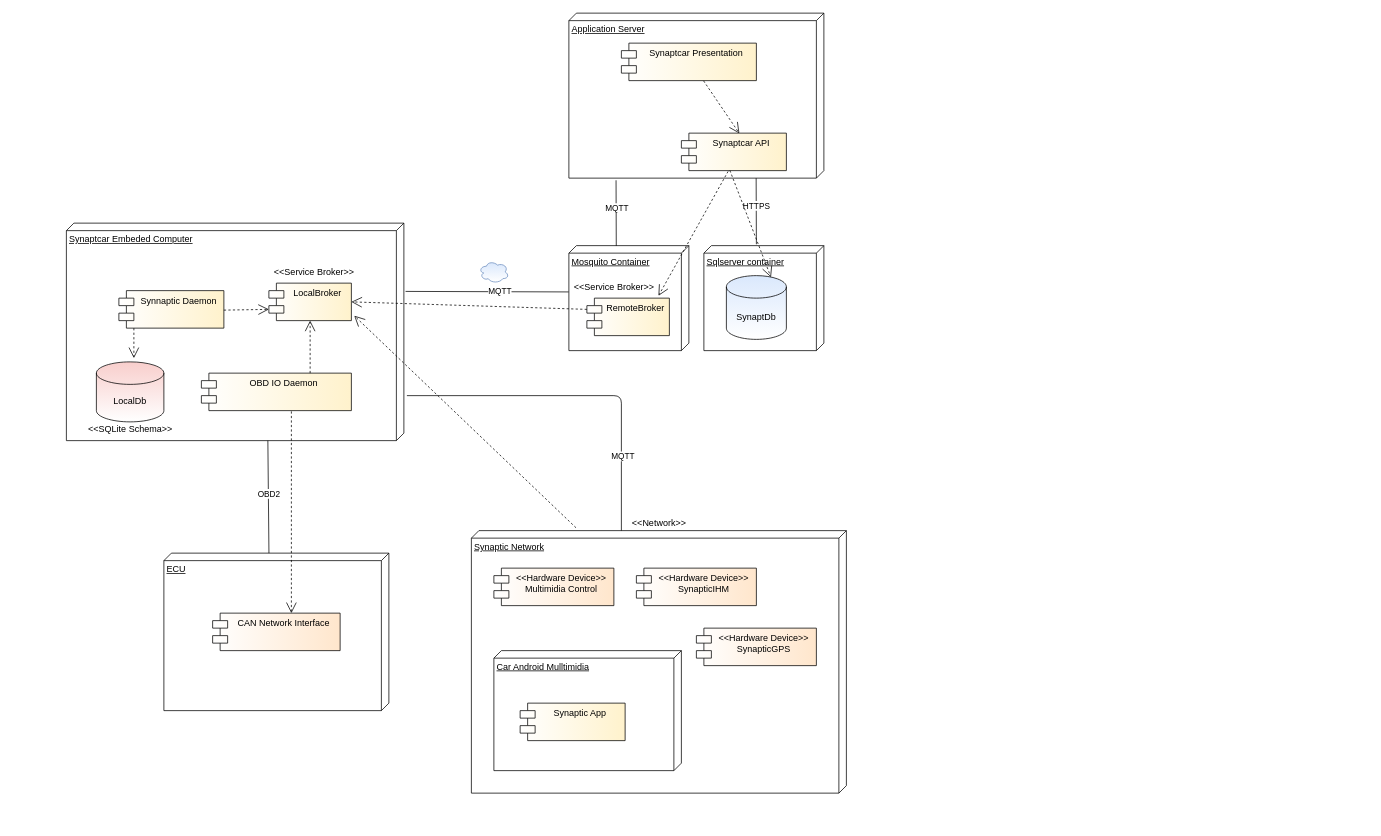
Earlier version of the draw.io diagram documents/Synaptcar.drawio (BrunoCremaFerreira/SynaptCar). Source tidied: cells renumbered, new cells numbered last; positions are measured from the earlier drawing's top-left corner, leaving out a move shared by most shapes. Both pictures are drawn from the tidied source at 75%, with x=0, y=0 at pixel (66, 13). Pictures stored in the file or linked from it are replaced by grey dashed boxes.
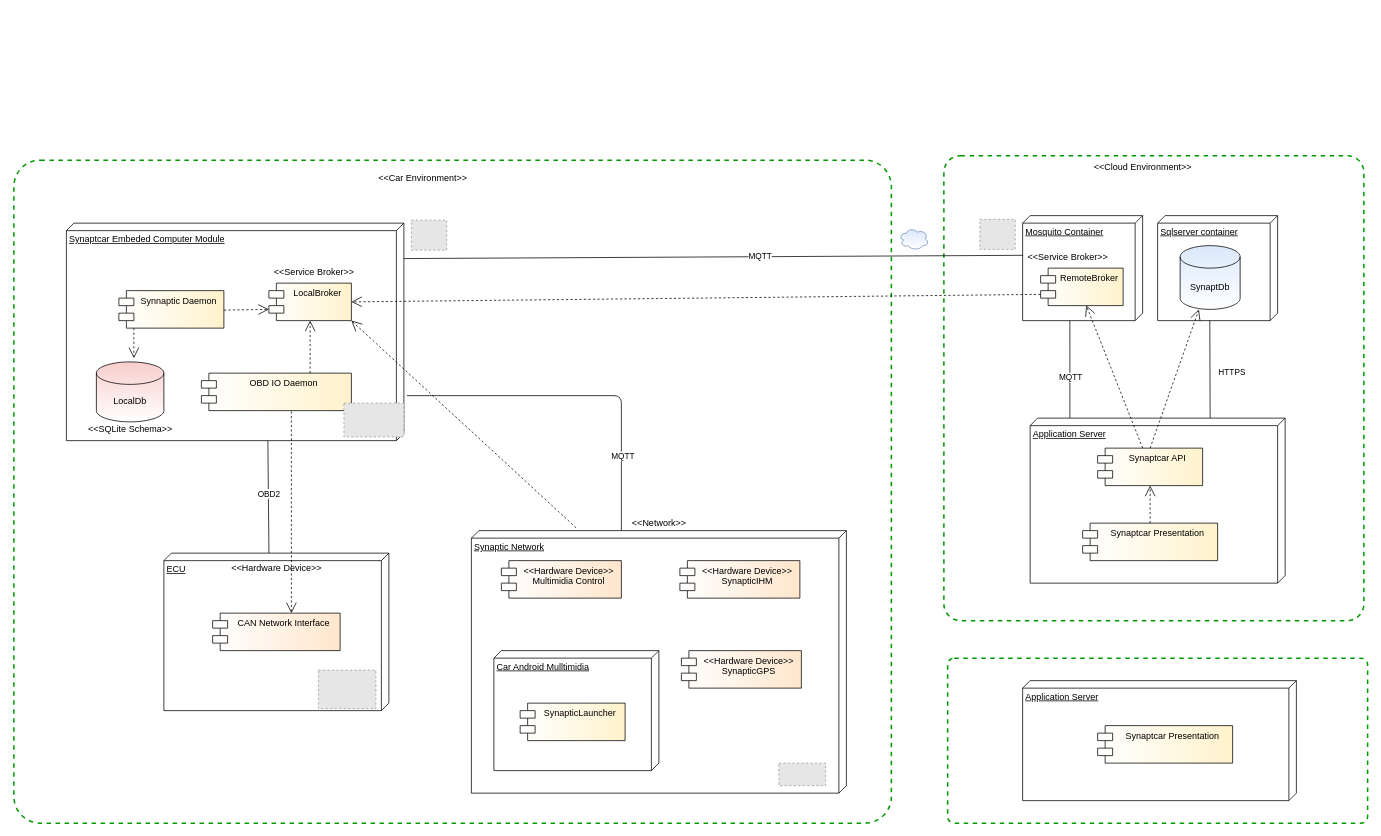
Above is the later version.

The change refers to these unchanged cells:
```xml
<mxCell id="2" value="Synaptic Network" style="verticalAlign=top;align=left;spacingTop=8;spacingLeft=2;spacingRight=12;shape=cube;size=10;direction=south;fontStyle=4;html=1;strokeColor=#000000;gradientColor=#ffffff;" parent="1" vertex="1">
  <mxGeometry x="540" y="690" width="500" height="350" as="geometry" />
</mxCell>
<mxCell id="11" value="LocalBroker" style="shape=module;align=left;spacingLeft=20;align=center;verticalAlign=top;fillColor=#fff2cc;gradientColor=#ffffff;gradientDirection=west;" parent="1" vertex="1">
  <mxGeometry x="270" y="360" width="110" height="50" as="geometry" />
</mxCell>
```

The edit, as a diff of the source:
```diff
@@
+    <mxCell id="46" style="rounded=1;whiteSpace=wrap;html=1;dashed=1;strokeColor=#009900;strokeWidth=2;arcSize=4;" parent="1" vertex="1">
+      <mxGeometry x="1175" y="860" width="560" height="220" as="geometry" />
+    </mxCell>
+    <mxCell id="47" value="Application Server" style="verticalAlign=top;align=left;spacingTop=8;spacingLeft=2;spacingRight=12;shape=cube;size=10;direction=south;fontStyle=4;html=1;" parent="1" vertex="1">
+      <mxGeometry x="1275" y="890" width="365" height="160" as="geometry" />
+    </mxCell>
+    <mxCell id="48" style="rounded=1;whiteSpace=wrap;html=1;dashed=1;strokeColor=#009900;strokeWidth=2;arcSize=4;" parent="1" vertex="1">
+      <mxGeometry x="1170" y="190" width="560" height="620" as="geometry" />
+    </mxCell>
+    <mxCell id="49" style="rounded=1;whiteSpace=wrap;html=1;arcSize=4;dashed=1;strokeWidth=2;strokeColor=#009900;" parent="1" vertex="1">
+      <mxGeometry x="-70" y="196" width="1170" height="884" as="geometry" />
+    </mxCell>
@@
     <mxCell id="3" style="ellipse;shape=cloud;whiteSpace=wrap;html=1;fillColor=#dae8fc;strokeColor=#6c8ebf;gradientColor=#ffffff;" parent="1" vertex="1">
-      <mxGeometry x="550" y="330" width="40" height="30" as="geometry" />
+      <mxGeometry x="1110" y="286" width="40" height="30" as="geometry" />
     </mxCell>
@@
-    <mxCell id="5" value="Synaptcar Embeded Computer" style="verticalAlign=top;align=left;spacingTop=8;spacingLeft=2;spacingRight=12;shape=cube;size=10;direction=south;fontStyle=4;html=1;" parent="1" vertex="1">
+    <mxCell id="5" value="Synaptcar Embeded Computer Module" style="verticalAlign=top;align=left;spacingTop=8;spacingLeft=2;spacingRight=12;shape=cube;size=10;direction=south;fontStyle=4;html=1;" parent="1" vertex="1">
       <mxGeometry y="280" width="450" height="290" as="geometry" />
     </mxCell>
@@
     <mxCell id="8" value="Mosquito Container" style="verticalAlign=top;align=left;spacingTop=8;spacingLeft=2;spacingRight=12;shape=cube;size=10;direction=south;fontStyle=4;html=1;" parent="1" vertex="1">
-      <mxGeometry x="670" y="310" width="160" height="140" as="geometry" />
+      <mxGeometry x="1275" y="270" width="160" height="140" as="geometry" />
     </mxCell>
-    <mxCell id="9" style="endArrow=none;html=1;entryX=0.441;entryY=1.002;entryDx=0;entryDy=0;entryPerimeter=0;exitX=0.314;exitY=-0.005;exitDx=0;exitDy=0;exitPerimeter=0;" parent="1" edge="1" source="5" target="8">
+    <mxCell id="9" style="endArrow=none;html=1;exitX=0.163;exitY=0;exitDx=0;exitDy=0;exitPerimeter=0;entryX=0.378;entryY=0.996;entryDx=0;entryDy=0;entryPerimeter=0;" parent="1" edge="1" source="5" target="8">
       <mxGeometry relative="1" as="geometry" />
     </mxCell>
@@
     <mxCell id="12" value="RemoteBroker" style="shape=module;align=left;spacingLeft=20;align=center;verticalAlign=top;fillColor=#fff2cc;gradientColor=#ffffff;gradientDirection=west;" parent="1" vertex="1">
-      <mxGeometry x="694" y="380" width="110" height="50" as="geometry" />
+      <mxGeometry x="1299" y="340" width="110" height="50" as="geometry" />
     </mxCell>
@@
     <mxCell id="15" value="Application Server" style="verticalAlign=top;align=left;spacingTop=8;spacingLeft=2;spacingRight=12;shape=cube;size=10;direction=south;fontStyle=4;html=1;" parent="1" vertex="1">
-      <mxGeometry x="670" width="340" height="220" as="geometry" />
+      <mxGeometry x="1285" y="540" width="340" height="220" as="geometry" />
     </mxCell>
     <mxCell id="16" value="Synaptcar API" style="shape=module;align=left;spacingLeft=20;align=center;verticalAlign=top;fillColor=#fff2cc;gradientColor=#ffffff;gradientDirection=west;" parent="1" vertex="1">
-      <mxGeometry x="820" y="160" width="140" height="50" as="geometry" />
+      <mxGeometry x="1375" y="580" width="140" height="50" as="geometry" />
     </mxCell>
-    <mxCell id="17" style="endArrow=none;html=1;exitX=1.013;exitY=0.815;exitDx=0;exitDy=0;exitPerimeter=0;entryX=0.002;entryY=0.605;entryDx=0;entryDy=0;entryPerimeter=0;" parent="1" edge="1" source="15" target="8">
-      <mxGeometry relative="1" as="geometry" />
+    <mxCell id="17" style="endArrow=none;html=1;exitX=0;exitY=0.844;exitDx=0;exitDy=0;exitPerimeter=0;" parent="1" edge="1" source="15">
+      <mxGeometry relative="1" as="geometry">
+        <mxPoint x="1338" y="410" as="targetPoint" />
+      </mxGeometry>
     </mxCell>
@@
     <mxCell id="19" value="Sqlserver container" style="verticalAlign=top;align=left;spacingTop=8;spacingLeft=2;spacingRight=12;shape=cube;size=10;direction=south;fontStyle=4;html=1;" parent="1" vertex="1">
-      <mxGeometry x="850" y="310" width="160" height="140" as="geometry" />
+      <mxGeometry x="1455" y="270" width="160" height="140" as="geometry" />
     </mxCell>
     <mxCell id="20" value="SynaptDb" style="shape=cylinder3;whiteSpace=wrap;html=1;boundedLbl=1;backgroundOutline=1;size=15;fillColor=#dae8fc;gradientColor=#ffffff;" parent="1" vertex="1">
-      <mxGeometry x="880" y="350" width="80" height="85" as="geometry" />
+      <mxGeometry x="1485" y="310" width="80" height="85" as="geometry" />
     </mxCell>
     <mxCell id="21" value="Synaptcar Presentation" style="shape=module;align=left;spacingLeft=20;align=center;verticalAlign=top;fillColor=#fff2cc;gradientColor=#ffffff;gradientDirection=west;" parent="1" vertex="1">
-      <mxGeometry x="740" y="40" width="180" height="50" as="geometry" />
+      <mxGeometry x="1355" y="680" width="180" height="50" as="geometry" />
     </mxCell>
-    <mxCell id="22" style="endArrow=none;html=1;exitX=1.013;exitY=0.815;exitDx=0;exitDy=0;exitPerimeter=0;entryX=0.002;entryY=0.605;entryDx=0;entryDy=0;entryPerimeter=0;" parent="1" edge="1">
+    <mxCell id="22" style="endArrow=none;html=1;exitX=1.013;exitY=0.815;exitDx=0;exitDy=0;exitPerimeter=0;" parent="1" edge="1">
       <mxGeometry relative="1" as="geometry">
-        <mxPoint x="919.7" y="220" as="sourcePoint" />
-        <mxPoint x="920" y="308.2" as="targetPoint" />
+        <mxPoint x="1524.6" y="410" as="sourcePoint" />
+        <mxPoint x="1525" y="540" as="targetPoint" />
       </mxGeometry>
     </mxCell>
     <mxCell id="23" value="HTTPS" style="edgeLabel;html=1;align=center;verticalAlign=middle;" parent="22" vertex="1">
-      <mxGeometry x="-0.16" relative="1" as="geometry" />
+      <mxGeometry x="-0.16" relative="1" as="geometry">
+        <mxPoint x="29" y="14" as="offset" />
+      </mxGeometry>
     </mxCell>
     <mxCell id="24" value="Car Android Mulltimidia" style="verticalAlign=top;align=left;spacingTop=8;spacingLeft=2;spacingRight=12;shape=cube;size=10;direction=south;fontStyle=4;html=1;" parent="1" vertex="1">
-      <mxGeometry x="570" y="850" width="250" height="160" as="geometry" />
+      <mxGeometry x="570" y="850" width="220" height="160" as="geometry" />
     </mxCell>
-    <mxCell id="25" value="Synaptic App" style="shape=module;align=left;spacingLeft=20;align=center;verticalAlign=top;gradientDirection=west;fillColor=#fff2cc;gradientColor=#ffffff;" parent="1" vertex="1">
+    <mxCell id="25" value="SynapticLauncher" style="shape=module;align=left;spacingLeft=20;align=center;verticalAlign=top;gradientDirection=west;fillColor=#fff2cc;gradientColor=#ffffff;" parent="1" vertex="1">
       <mxGeometry x="605" y="920" width="140" height="50" as="geometry" />
     </mxCell>
     <mxCell id="26" value="&lt;&lt;Hardware Device&gt;&gt;&#10;Multimidia Control" style="shape=module;align=left;spacingLeft=20;align=center;verticalAlign=top;fillColor=#ffe6cc;gradientColor=#ffffff;gradientDirection=west;" parent="1" vertex="1">
-      <mxGeometry x="570" y="740" width="160" height="50" as="geometry" />
+      <mxGeometry x="580" y="730" width="160" height="50" as="geometry" />
     </mxCell>
@@
     <mxCell id="31" value="&amp;lt;&amp;lt;Service Broker&amp;gt;&amp;gt;" style="text;html=1;align=center;verticalAlign=middle;" parent="1" vertex="1">
-      <mxGeometry x="670" y="356" width="120" height="20" as="geometry" />
+      <mxGeometry x="1275" y="316" width="120" height="20" as="geometry" />
     </mxCell>
     <mxCell id="32" value="&lt;&lt;Hardware Device&gt;&gt;&#10;SynapticIHM" style="shape=module;align=left;spacingLeft=20;align=center;verticalAlign=top;fillColor=#ffe6cc;gradientColor=#ffffff;gradientDirection=west;" parent="1" vertex="1">
-      <mxGeometry x="760" y="740" width="160" height="50" as="geometry" />
+      <mxGeometry x="818" y="730" width="160" height="50" as="geometry" />
     </mxCell>
@@
     <mxCell id="34" value="&lt;&lt;Hardware Device&gt;&gt;&#10;SynapticGPS" style="shape=module;align=left;spacingLeft=20;align=center;verticalAlign=top;fillColor=#ffe6cc;gradientColor=#ffffff;gradientDirection=west;" parent="1" vertex="1">
-      <mxGeometry x="840" y="820" width="160" height="50" as="geometry" />
+      <mxGeometry x="820" y="850" width="160" height="50" as="geometry" />
     </mxCell>
@@
-    <mxCell id="41" style="endArrow=open;endSize=12;dashed=1;html=1;exitX=0;exitY=0;exitDx=0;exitDy=15;exitPerimeter=0;entryX=1;entryY=0.5;entryDx=0;entryDy=0;" parent="1" edge="1" source="12" target="11">
+    <mxCell id="41" style="endArrow=open;endSize=12;dashed=1;html=1;exitX=0;exitY=0;exitDx=0;exitDy=35;exitPerimeter=0;entryX=1;entryY=0.5;entryDx=0;entryDy=0;" parent="1" edge="1" source="12" target="11">
       <mxGeometry relative="1" as="geometry" />
     </mxCell>
-    <mxCell id="42" style="endArrow=open;endSize=12;dashed=1;html=1;exitX=-0.011;exitY=0.721;exitDx=0;exitDy=0;exitPerimeter=0;entryX=1.035;entryY=0.87;entryDx=0;entryDy=0;entryPerimeter=0;" parent="1" edge="1" source="2" target="11">
-      <mxGeometry relative="1" as="geometry" />
+    <mxCell id="42" style="endArrow=open;endSize=12;dashed=1;html=1;exitX=-0.011;exitY=0.721;exitDx=0;exitDy=0;exitPerimeter=0;" parent="1" edge="1" source="2">
+      <mxGeometry relative="1" as="geometry">
+        <mxPoint x="380" y="410" as="targetPoint" />
+      </mxGeometry>
     </mxCell>
-    <mxCell id="43" style="endArrow=open;endSize=12;dashed=1;html=1;exitX=0.609;exitY=1.006;exitDx=0;exitDy=0;exitPerimeter=0;entryX=0.552;entryY=0.007;entryDx=0;entryDy=0;entryPerimeter=0;" parent="1" edge="1" source="21" target="16">
-      <mxGeometry relative="1" as="geometry" />
-    </mxCell>
-    <mxCell id="44" style="endArrow=open;endSize=12;dashed=1;html=1;exitX=0.445;exitY=1.02;exitDx=0;exitDy=0;exitPerimeter=0;entryX=0.868;entryY=-0.062;entryDx=0;entryDy=0;entryPerimeter=0;" parent="1" edge="1" source="16" target="12">
+    <mxCell id="44" style="endArrow=open;endSize=12;dashed=1;html=1;entryX=0.553;entryY=0.992;entryDx=0;entryDy=0;entryPerimeter=0;" parent="1" edge="1" source="16" target="12">
       <mxGeometry relative="1" as="geometry" />
     </mxCell>
-    <mxCell id="45" style="endArrow=open;endSize=12;dashed=1;html=1;entryX=0.743;entryY=0.025;entryDx=0;entryDy=0;entryPerimeter=0;exitX=0.462;exitY=0.995;exitDx=0;exitDy=0;exitPerimeter=0;" parent="1" edge="1" source="16" target="20">
+    <mxCell id="45" style="endArrow=open;endSize=12;dashed=1;html=1;exitX=0.5;exitY=0;exitDx=0;exitDy=0;" parent="1" edge="1" source="16" target="20">
       <mxGeometry relative="1" as="geometry" />
     </mxCell>
+    <mxCell id="50" style="endArrow=open;endSize=12;dashed=1;html=1;rounded=0;" parent="1" edge="1" target="16">
+      <mxGeometry y="60" relative="1" as="geometry">
+        <mxPoint x="1445" y="680" as="sourcePoint" />
+      </mxGeometry>
+    </mxCell>
+    <mxCell id="51" value="&amp;lt;&amp;lt;Car Environment&amp;gt;&amp;gt;" style="text;html=1;align=center;verticalAlign=middle;strokeColor=none;fillColor=none;" parent="1" vertex="1">
+      <mxGeometry x="410" y="210" width="130" height="20" as="geometry" />
+    </mxCell>
+    <mxCell id="52" style="fillColor=#E6E6E6;strokeColor=#999999;dashed=1;verticalLabelPosition=bottom;labelBackgroundColor=default;verticalAlign=top;" parent="1" vertex="1">
+      <mxGeometry x="370.1" y="520" width="79.9" height="45" as="geometry" />
+    </mxCell>
+    <mxCell id="53" style="fillColor=#E6E6E6;strokeColor=#999999;dashed=1;verticalLabelPosition=bottom;labelBackgroundColor=default;verticalAlign=top;" parent="1" vertex="1">
+      <mxGeometry x="336" y="876" width="76.7" height="51.3" as="geometry" />
+    </mxCell>
+    <mxCell id="54" value="&amp;lt;&amp;lt;Hardware Device&amp;gt;&amp;gt;" style="text;html=1;align=center;verticalAlign=middle;strokeColor=none;fillColor=none;" parent="1" vertex="1">
+      <mxGeometry x="210" y="730" width="140" height="20" as="geometry" />
+    </mxCell>
+    <mxCell id="55" style="fillColor=#E6E6E6;strokeColor=#999999;dashed=1;verticalLabelPosition=bottom;labelBackgroundColor=default;verticalAlign=top;" parent="1" vertex="1">
+      <mxGeometry x="950" y="1000" width="62.4" height="30" as="geometry" />
+    </mxCell>
+    <mxCell id="56" value="&amp;lt;&amp;lt;Cloud Environment&amp;gt;&amp;gt;" style="text;html=1;align=center;verticalAlign=middle;strokeColor=none;fillColor=none;" parent="1" vertex="1">
+      <mxGeometry x="1360" y="196" width="150" height="20" as="geometry" />
+    </mxCell>
+    <mxCell id="57" value="Synaptcar Presentation" style="shape=module;align=left;spacingLeft=20;align=center;verticalAlign=top;fillColor=#fff2cc;gradientColor=#ffffff;gradientDirection=west;" parent="1" vertex="1">
+      <mxGeometry x="1375" y="950" width="180" height="50" as="geometry" />
+    </mxCell>
+    <mxCell id="58" style="fillColor=#E6E6E6;strokeColor=#999999;dashed=1;verticalLabelPosition=bottom;labelBackgroundColor=default;verticalAlign=top;" parent="1" vertex="1">
+      <mxGeometry x="460" y="276" width="47.1" height="40" as="geometry" />
+    </mxCell>
+    <mxCell id="59" style="fillColor=#E6E6E6;strokeColor=#999999;dashed=1;verticalLabelPosition=bottom;labelBackgroundColor=default;verticalAlign=top;" parent="1" vertex="1">
+      <mxGeometry x="1218" y="275" width="47.1" height="40" as="geometry" />
+    </mxCell>
```
